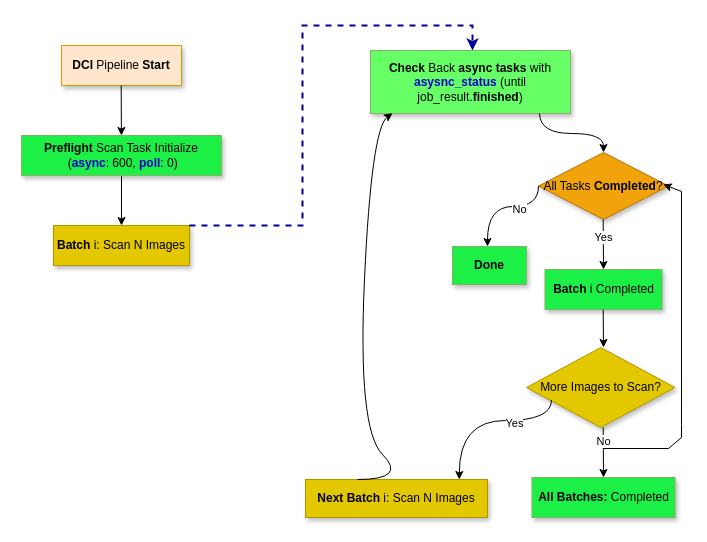
Above: parallel-async.drawio in ansvu/ava-project (draw.io), before the change. Source tidied: cells renumbered, new cells numbered last; positions are measured from the earlier drawing's top-left corner, leaving out a move shared by most shapes. Both pictures are drawn from the tidied source at 100%, with x=0, y=0 at pixel (21, 25).
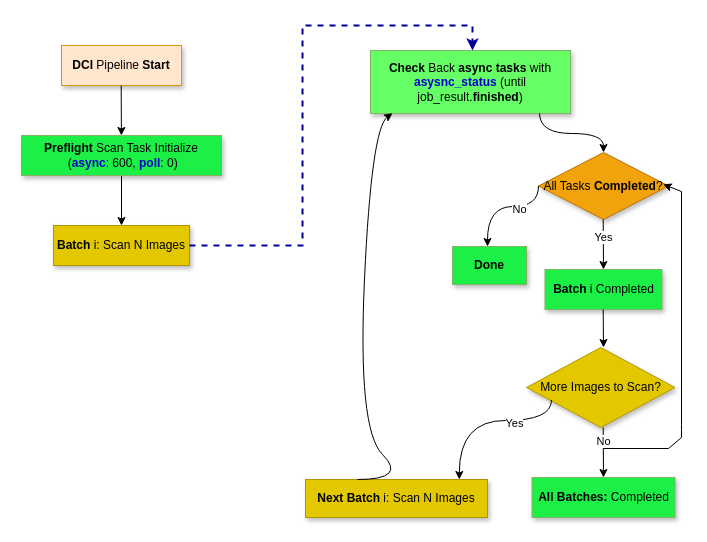
The same diagram, later.

The change refers to these unchanged cells:
```xml
<mxCell id="6" value="&lt;b&gt;Batch&lt;/b&gt; i: Scan N Images" style="rounded=0;whiteSpace=wrap;html=1;fillColor=#e3c800;strokeColor=#B09500;shadow=1;fontColor=#000000;" parent="1" vertex="1">
  <mxGeometry x="32" y="200" width="136" height="40" as="geometry" />
</mxCell>
<mxCell id="7" value="&lt;b&gt;Check&lt;/b&gt; Back &lt;b&gt;async tasks&lt;/b&gt; with &lt;b&gt;&lt;font color=&quot;#0000cc&quot;&gt;asysnc_status&lt;/font&gt;&lt;/b&gt; (until job_result.&lt;b&gt;finished&lt;/b&gt;)" style="rounded=0;whiteSpace=wrap;html=1;fillColor=#66FF66;strokeColor=#82b366;shadow=1;" parent="1" vertex="1">
  <mxGeometry x="349" y="25" width="200" height="63" as="geometry" />
</mxCell>
```

What changed in the source:
```diff
@@
-    <mxCell id="8" style="endArrow=classic;html=1;rounded=0;entryX=0.51;entryY=0;entryDx=0;entryDy=0;entryPerimeter=0;strokeWidth=2;dashed=1;strokeColor=#000099;" parent="1" edge="1" target="7">
+    <mxCell id="8" style="endArrow=classic;html=1;rounded=0;entryX=0.51;entryY=0;entryDx=0;entryDy=0;entryPerimeter=0;strokeWidth=2;dashed=1;strokeColor=#000099;exitX=1;exitY=0.5;exitDx=0;exitDy=0;" parent="1" edge="1" source="6" target="7">
       <mxGeometry relative="1" as="geometry">
-        <mxPoint x="168" y="200" as="sourcePoint" />
         <Array as="points">
-          <mxPoint x="281" y="200" />
+          <mxPoint x="232" y="220" />
+          <mxPoint x="281" y="220" />
           <mxPoint x="281" />
           <mxPoint x="451" />
           <mxPoint x="451" y="10" />
         </Array>
       </mxGeometry>
     </mxCell>
```
